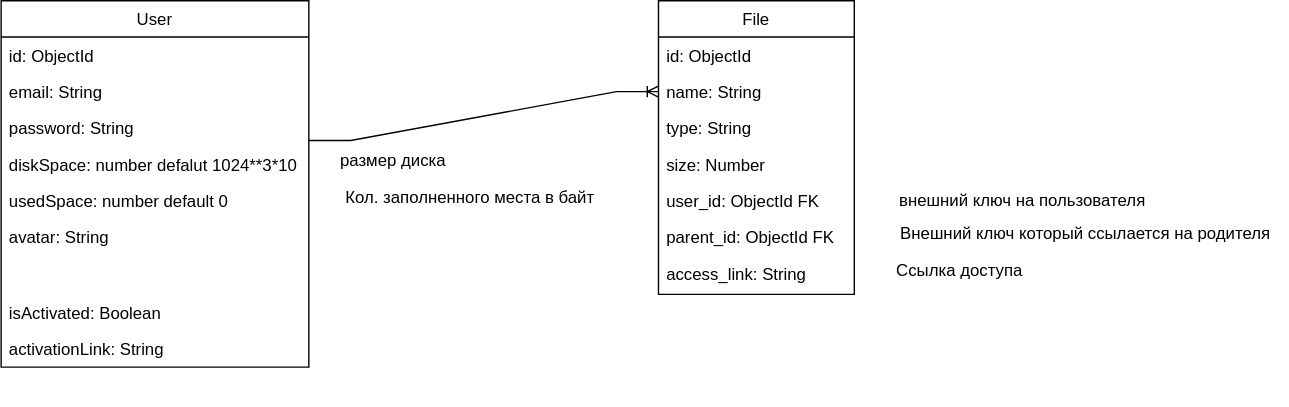
Before: cloudStorageDiagram.drawio.svg, a diagram exported from draw.io (FatB0YY/CLOUD-STORAGE). Source tidied: cells renumbered, new cells last; positions are measured from the earlier drawing's top-left corner, leaving out a move shared by most shapes. The source it was exported from:
```xml
<mxGraphModel>
  <root>
    <mxCell id="0" />
    <mxCell id="1" parent="0" />
    <mxCell id="2" style="group;" parent="1" vertex="1">
      <mxGeometry x="470" width="450" height="210" as="geometry" />
    </mxCell>
    <mxCell id="3" value="File" style="swimlane;fontStyle=0;horizontal=1;startSize=26;fillColor=none;" parent="2" vertex="1">
      <mxGeometry width="140" height="210" as="geometry" />
    </mxCell>
    <mxCell id="4" value="id: ObjectId" style="text;strokeColor=none;fillColor=none;align=left;verticalAlign=top;spacingLeft=4;spacingRight=4;overflow=hidden;" parent="3" vertex="1">
      <mxGeometry y="26" width="140" height="26" as="geometry" />
    </mxCell>
    <mxCell id="5" value="name: String" style="text;strokeColor=none;fillColor=none;align=left;verticalAlign=top;spacingLeft=4;spacingRight=4;overflow=hidden;points=[[0,0.5],[1,0.5]];portConstraint=eastwest;" parent="3" vertex="1">
      <mxGeometry y="52" width="140" height="26" as="geometry" />
    </mxCell>
    <mxCell id="6" value="type: String" style="text;strokeColor=none;fillColor=none;align=left;verticalAlign=top;spacingLeft=4;spacingRight=4;overflow=hidden;" parent="3" vertex="1">
      <mxGeometry y="78" width="140" height="132" as="geometry" />
    </mxCell>
    <mxCell id="7" value="size: Number" style="text;strokeColor=none;fillColor=none;align=left;verticalAlign=top;spacingLeft=4;spacingRight=4;overflow=hidden;" parent="2" vertex="1">
      <mxGeometry y="104" width="140" height="26" as="geometry" />
    </mxCell>
    <mxCell id="8" value="user_id: ObjectId FK" style="text;strokeColor=none;fillColor=none;align=left;verticalAlign=top;spacingLeft=4;spacingRight=4;overflow=hidden;" parent="2" vertex="1">
      <mxGeometry y="130" width="140" height="26" as="geometry" />
    </mxCell>
    <mxCell id="9" value="внешний ключ на пользователя" style="text;html=1;align=center;verticalAlign=middle;strokeColor=none;fillColor=none;" parent="2" vertex="1">
      <mxGeometry x="160" y="128" width="200" height="30" as="geometry" />
    </mxCell>
    <mxCell id="10" value="parent_id: ObjectId FK" style="text;strokeColor=none;fillColor=none;align=left;verticalAlign=top;spacingLeft=4;spacingRight=4;overflow=hidden;" parent="2" vertex="1">
      <mxGeometry y="156" width="140" height="26" as="geometry" />
    </mxCell>
    <mxCell id="11" value="Внешний ключ который ссылается на родителя" style="text;html=1;align=center;verticalAlign=middle;strokeColor=none;fillColor=none;" parent="2" vertex="1">
      <mxGeometry x="160" y="152" width="290" height="30" as="geometry" />
    </mxCell>
    <mxCell id="12" value="access_link: String" style="text;strokeColor=none;fillColor=none;align=left;verticalAlign=top;spacingLeft=4;spacingRight=4;overflow=hidden;" parent="2" vertex="1">
      <mxGeometry y="182" width="140" height="26" as="geometry" />
    </mxCell>
    <mxCell id="13" value="Ссылка доступа" style="text;html=1;align=center;verticalAlign=middle;strokeColor=none;fillColor=none;" parent="2" vertex="1">
      <mxGeometry x="160" y="178" width="110" height="30" as="geometry" />
    </mxCell>
    <mxCell id="14" style="group;" parent="1" vertex="1">
      <mxGeometry width="440" height="290" as="geometry" />
    </mxCell>
    <mxCell id="15" value="User" style="swimlane;fontStyle=0;horizontal=1;startSize=26;fillColor=none;" parent="14" vertex="1">
      <mxGeometry width="220" height="262" as="geometry" />
    </mxCell>
    <mxCell id="16" value="id: ObjectId  &#10;" style="text;strokeColor=none;fillColor=none;align=left;verticalAlign=top;spacingLeft=4;spacingRight=4;overflow=hidden;" parent="15" vertex="1">
      <mxGeometry y="26" width="220" height="26" as="geometry" />
    </mxCell>
    <mxCell id="17" value="email: String" style="text;strokeColor=none;fillColor=none;align=left;verticalAlign=top;spacingLeft=4;spacingRight=4;overflow=hidden;" parent="15" vertex="1">
      <mxGeometry y="52" width="220" height="158" as="geometry" />
    </mxCell>
    <mxCell id="18" value="isActivated: Boolean" style="text;strokeColor=none;fillColor=none;align=left;verticalAlign=top;spacingLeft=4;spacingRight=4;overflow=hidden;" parent="15" vertex="1">
      <mxGeometry y="210" width="220" height="26" as="geometry" />
    </mxCell>
    <mxCell id="19" value="activationLink: String" style="text;strokeColor=none;fillColor=none;align=left;verticalAlign=top;spacingLeft=4;spacingRight=4;overflow=hidden;" parent="15" vertex="1">
      <mxGeometry y="236" width="220" height="26" as="geometry" />
    </mxCell>
    <mxCell id="20" value="password: String" style="text;strokeColor=none;fillColor=none;align=left;verticalAlign=top;spacingLeft=4;spacingRight=4;overflow=hidden;" parent="14" vertex="1">
      <mxGeometry y="78" width="140" height="26" as="geometry" />
    </mxCell>
    <mxCell id="21" value="diskSpace: number defalut 1024**3*10" style="text;strokeColor=none;fillColor=none;align=left;verticalAlign=top;spacingLeft=4;spacingRight=4;overflow=hidden;" parent="14" vertex="1">
      <mxGeometry y="104" width="220" height="26" as="geometry" />
    </mxCell>
    <mxCell id="22" value="usedSpace: number default 0" style="text;strokeColor=none;fillColor=none;align=left;verticalAlign=top;spacingLeft=4;spacingRight=4;overflow=hidden;" parent="14" vertex="1">
      <mxGeometry y="130" width="220" height="26" as="geometry" />
    </mxCell>
    <mxCell id="23" value="avatar: String" style="text;strokeColor=none;fillColor=none;align=left;verticalAlign=top;spacingLeft=4;spacingRight=4;overflow=hidden;" parent="14" vertex="1">
      <mxGeometry y="156" width="220" height="26" as="geometry" />
    </mxCell>
    <mxCell id="24" value="размер диска" style="text;html=1;align=center;verticalAlign=middle;strokeColor=none;fillColor=none;" parent="14" vertex="1">
      <mxGeometry x="230" y="100" width="100" height="30" as="geometry" />
    </mxCell>
    <mxCell id="25" value="Кол. заполненного места в байт" style="text;html=1;align=center;verticalAlign=middle;strokeColor=none;fillColor=none;" parent="14" vertex="1">
      <mxGeometry x="230" y="126" width="210" height="30" as="geometry" />
    </mxCell>
    <mxCell id="26" style="edgeStyle=entityRelationEdgeStyle;fontSize=12;html=1;endArrow=ERoneToMany;rounded=0;entryX=0;entryY=0.5;entryDx=0;entryDy=0;" parent="14" edge="1" target="5">
      <mxGeometry relative="1" as="geometry">
        <mxPoint x="220" y="100" as="sourcePoint" />
      </mxGeometry>
    </mxCell>
  </root>
</mxGraphModel>
```
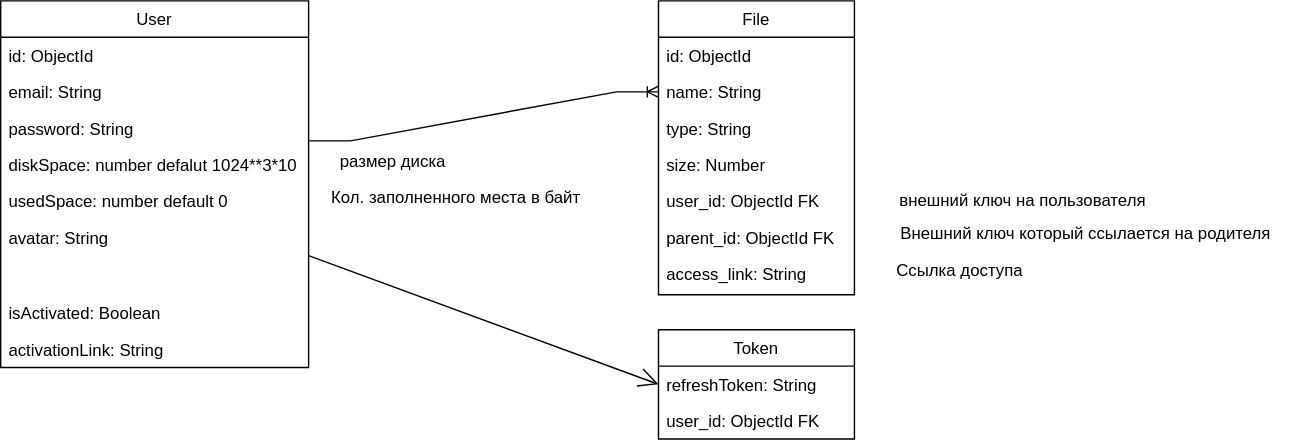
The same file after the commit.

Commit message:
adding user registration

The edit, as a diff of the source:
```diff
@@ -72,12 +72,26 @@
       <mxGeometry x="230" y="100" width="100" height="30" as="geometry" />
     </mxCell>
     <mxCell id="25" value="Кол. заполненного места в байт" style="text;html=1;align=center;verticalAlign=middle;strokeColor=none;fillColor=none;" parent="14" vertex="1">
-      <mxGeometry x="230" y="126" width="210" height="30" as="geometry" />
+      <mxGeometry x="220" y="126" width="210" height="30" as="geometry" />
     </mxCell>
     <mxCell id="26" style="edgeStyle=entityRelationEdgeStyle;fontSize=12;html=1;endArrow=ERoneToMany;rounded=0;entryX=0;entryY=0.5;entryDx=0;entryDy=0;" parent="14" edge="1" target="5">
       <mxGeometry relative="1" as="geometry">
         <mxPoint x="220" y="100" as="sourcePoint" />
       </mxGeometry>
     </mxCell>
+    <mxCell id="27" style="endArrow=open;endFill=1;endSize=12;html=1;rounded=0;entryX=0;entryY=0.5;entryDx=0;entryDy=0;" parent="14" edge="1" target="29">
+      <mxGeometry relative="1" as="geometry">
+        <mxPoint x="220" y="182" as="sourcePoint" />
+      </mxGeometry>
+    </mxCell>
+    <mxCell id="28" value="Token" style="swimlane;fontStyle=0;horizontal=1;startSize=26;fillColor=none;" parent="1" vertex="1">
+      <mxGeometry x="470" y="235" width="140" height="78" as="geometry" />
+    </mxCell>
+    <mxCell id="29" value="refreshToken: String" style="text;strokeColor=none;fillColor=none;align=left;verticalAlign=top;spacingLeft=4;spacingRight=4;overflow=hidden;points=[[0,0.5],[1,0.5]];portConstraint=eastwest;" parent="28" vertex="1">
+      <mxGeometry y="26" width="140" height="26" as="geometry" />
+    </mxCell>
+    <mxCell id="30" value="user_id: ObjectId FK" style="text;strokeColor=none;fillColor=none;align=left;verticalAlign=top;spacingLeft=4;spacingRight=4;overflow=hidden;" parent="28" vertex="1">
+      <mxGeometry y="52" width="140" height="26" as="geometry" />
+    </mxCell>
   </root>
 </mxGraphModel>
```
